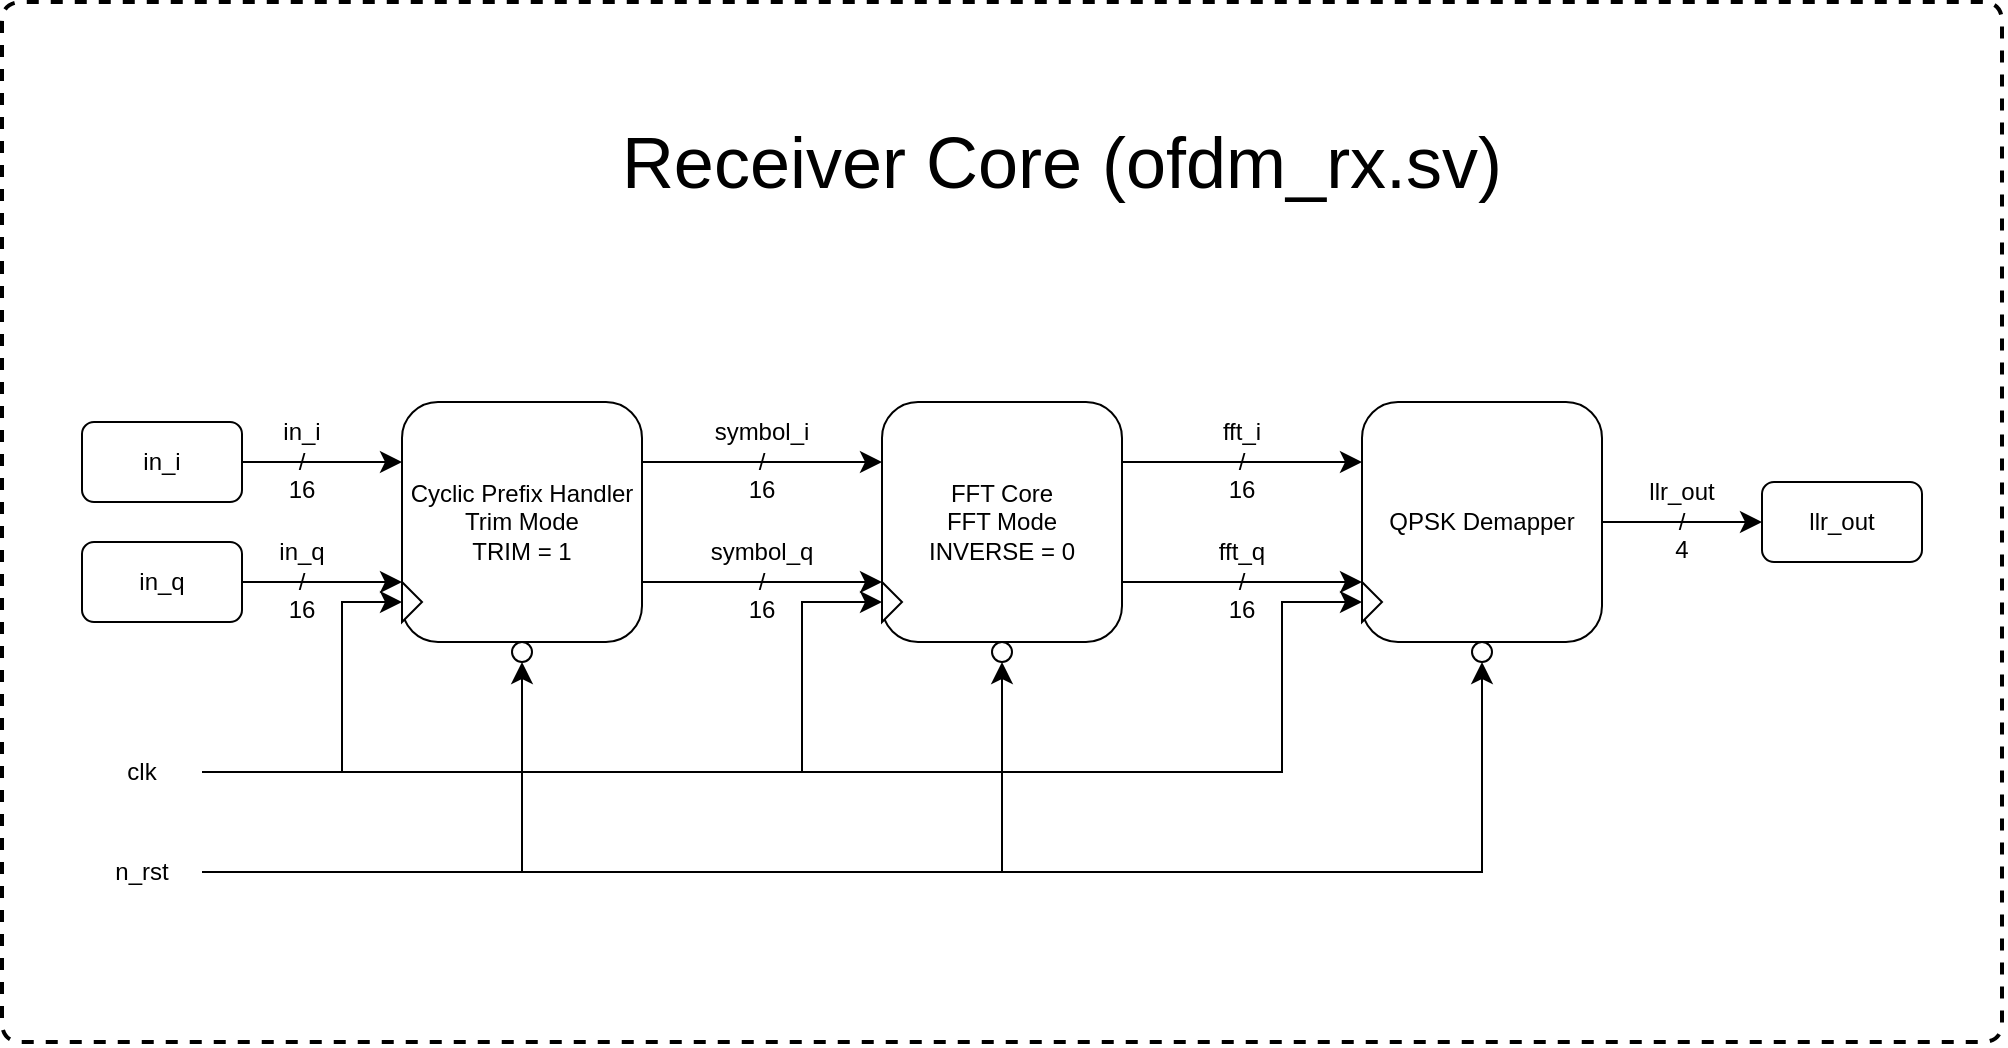
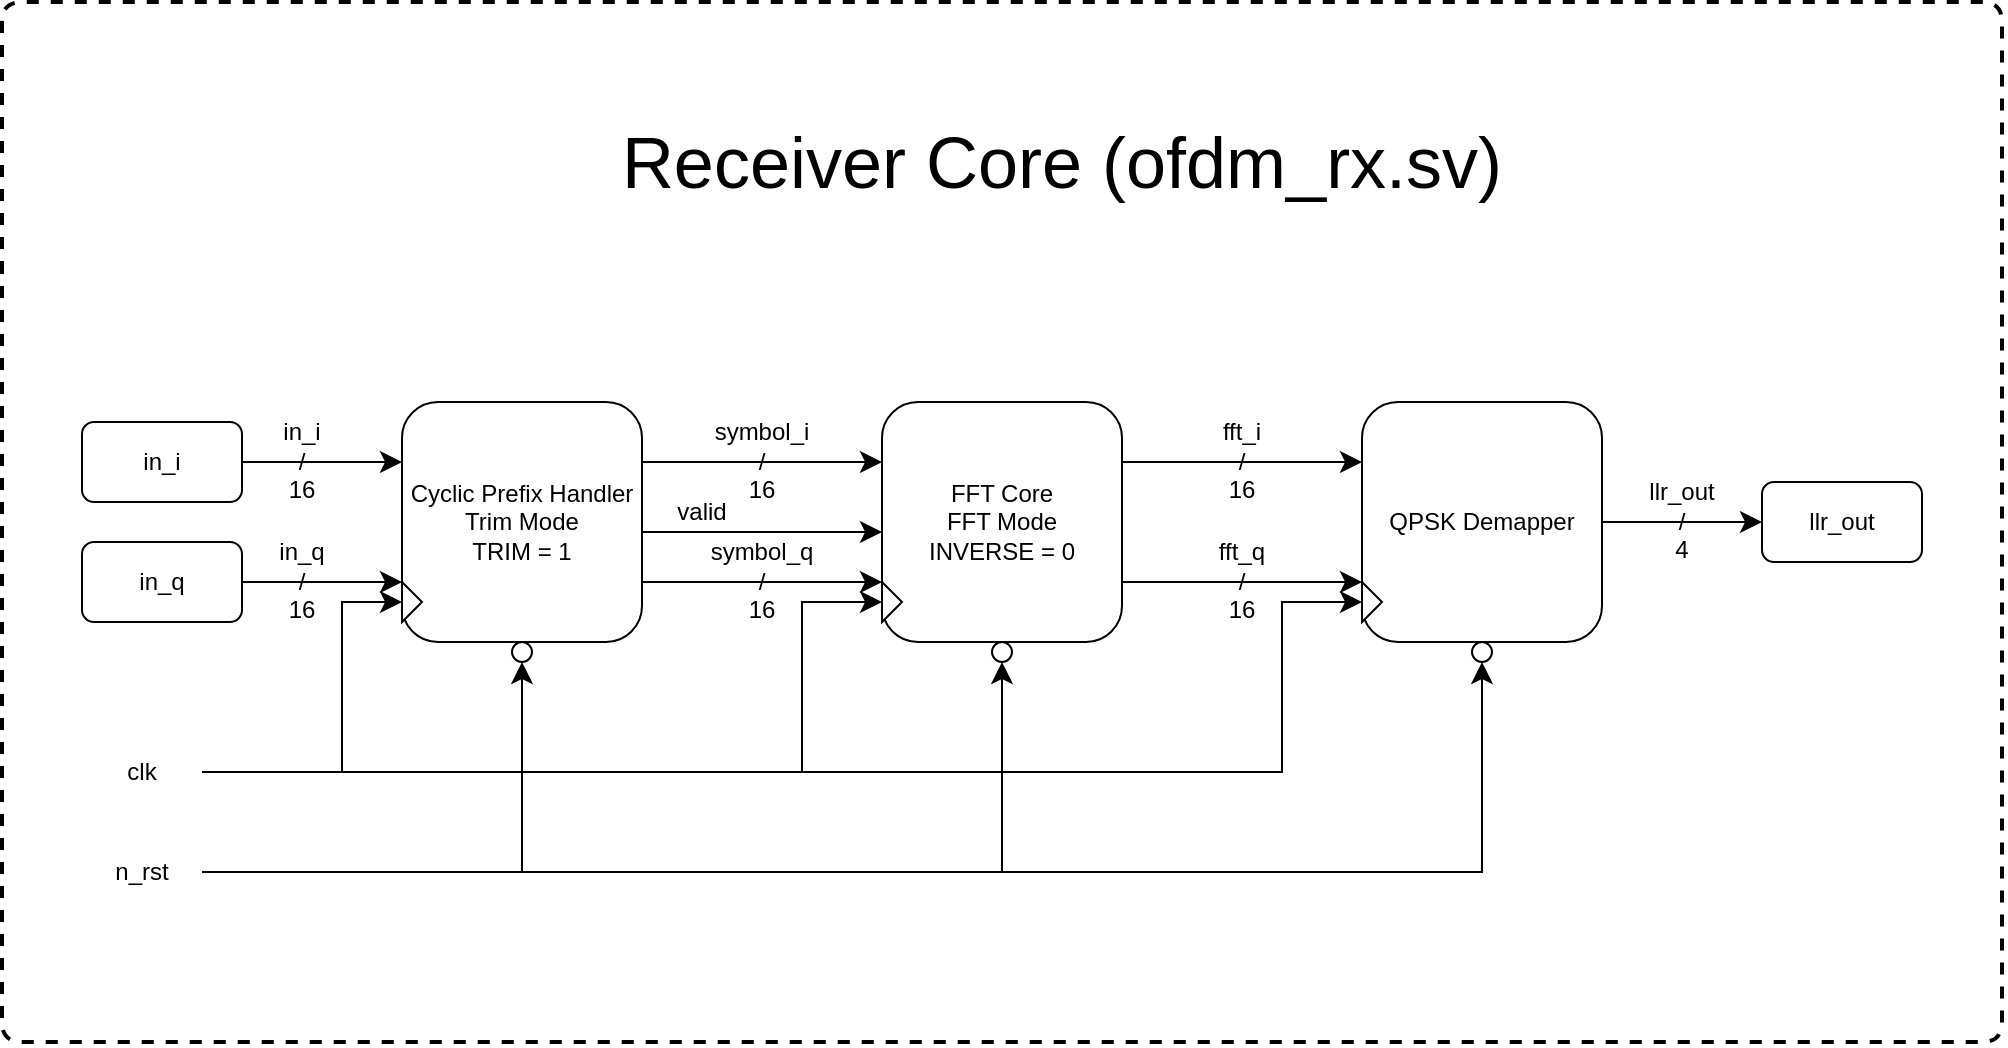
<mxfile host="app.diagrams.net">
  <diagram name="Page-1" id="vsrgYnheou2V2p97a6zX">
-     <mxGraphModel dx="2207" dy="880" grid="1" gridSize="10" guides="1" tooltips="1" connect="1" arrows="1" fold="1" page="1" pageScale="1" pageWidth="850" pageHeight="1100" math="0" shadow="0">
+     <mxGraphModel dx="1998" dy="777" grid="1" gridSize="10" guides="1" tooltips="1" connect="1" arrows="1" fold="1" page="1" pageScale="1" pageWidth="850" pageHeight="1100" math="0" shadow="0">
      <root>
        <mxCell id="0" />
        <mxCell id="1" parent="0" />
        <mxCell id="hyDuXx5uIsc8bR0PNMi4-63" parent="1" style="text;html=1;whiteSpace=wrap;strokeColor=none;fillColor=none;align=center;verticalAlign=middle;rounded=0;fontFamily=Helvetica;fontSize=12;fontColor=default;labelBackgroundColor=default;" value="&lt;div&gt;&lt;br&gt;&lt;/div&gt;&lt;div&gt;&lt;br&gt;&lt;/div&gt;in_q&lt;div&gt;/&lt;/div&gt;&lt;div&gt;16&lt;/div&gt;" vertex="1">
          <mxGeometry height="30" width="60" x="80" y="300" as="geometry" />
        </mxCell>
        <mxCell id="hyDuXx5uIsc8bR0PNMi4-64" parent="1" style="text;html=1;whiteSpace=wrap;strokeColor=none;fillColor=none;align=center;verticalAlign=middle;rounded=0;fontFamily=Helvetica;fontSize=12;fontColor=default;labelBackgroundColor=default;" value="&lt;div&gt;&lt;br&gt;&lt;/div&gt;&lt;div&gt;&lt;br&gt;&lt;/div&gt;in_i&lt;div&gt;/&lt;/div&gt;&lt;div&gt;16&lt;/div&gt;" vertex="1">
          <mxGeometry height="30" width="60" x="80" y="240" as="geometry" />
        </mxCell>
        <mxCell id="hyDuXx5uIsc8bR0PNMi4-62" parent="1" style="text;html=1;whiteSpace=wrap;strokeColor=none;fillColor=none;align=center;verticalAlign=middle;rounded=0;fontFamily=Helvetica;fontSize=12;fontColor=default;labelBackgroundColor=default;" value="&lt;div&gt;&lt;br&gt;&lt;/div&gt;&lt;div&gt;&lt;br&gt;&lt;/div&gt;llr_out&lt;br&gt;&lt;div&gt;/&lt;/div&gt;&lt;div&gt;4&lt;/div&gt;" vertex="1">
          <mxGeometry height="30" width="60" x="770" y="270" as="geometry" />
        </mxCell>
        <mxCell id="hyDuXx5uIsc8bR0PNMi4-19" parent="1" style="text;html=1;whiteSpace=wrap;strokeColor=none;fillColor=none;align=center;verticalAlign=middle;rounded=0;fontFamily=Helvetica;fontSize=12;fontColor=default;labelBackgroundColor=default;" value="&lt;div&gt;&lt;br&gt;&lt;/div&gt;&lt;div&gt;&lt;br&gt;&lt;/div&gt;symbol_q&lt;div&gt;/&lt;/div&gt;&lt;div&gt;16&lt;/div&gt;" vertex="1">
          <mxGeometry height="30" width="60" x="310" y="300" as="geometry" />
        </mxCell>
        <mxCell id="hyDuXx5uIsc8bR0PNMi4-18" parent="1" style="text;html=1;whiteSpace=wrap;strokeColor=none;fillColor=none;align=center;verticalAlign=middle;rounded=0;fontFamily=Helvetica;fontSize=12;fontColor=default;labelBackgroundColor=default;" value="&lt;div&gt;&lt;br&gt;&lt;/div&gt;&lt;div&gt;&lt;br&gt;&lt;/div&gt;symbol_i&lt;div&gt;/&lt;/div&gt;&lt;div&gt;16&lt;/div&gt;" vertex="1">
          <mxGeometry height="30" width="60" x="310" y="240" as="geometry" />
        </mxCell>
        <mxCell id="hyDuXx5uIsc8bR0PNMi4-8" edge="1" parent="1" source="hyDuXx5uIsc8bR0PNMi4-3" style="edgeStyle=orthogonalEdgeStyle;shape=connector;rounded=0;orthogonalLoop=1;jettySize=auto;html=1;exitX=1;exitY=0.75;exitDx=0;exitDy=0;entryX=0;entryY=0.75;entryDx=0;entryDy=0;strokeColor=default;align=center;verticalAlign=middle;fontFamily=Helvetica;fontSize=12;fontColor=default;labelBackgroundColor=default;startSize=8;endArrow=classic;endSize=8;" target="hyDuXx5uIsc8bR0PNMi4-6">
          <mxGeometry relative="1" as="geometry" />
        </mxCell>
        <mxCell id="hyDuXx5uIsc8bR0PNMi4-20" parent="1" style="text;html=1;whiteSpace=wrap;strokeColor=none;fillColor=none;align=center;verticalAlign=middle;rounded=0;fontFamily=Helvetica;fontSize=12;fontColor=default;labelBackgroundColor=default;" value="&lt;div&gt;&lt;br&gt;&lt;/div&gt;&lt;div&gt;&lt;br&gt;&lt;/div&gt;fft_q&lt;div&gt;/&lt;/div&gt;&lt;div&gt;16&lt;/div&gt;" vertex="1">
          <mxGeometry height="30" width="60" x="550" y="300" as="geometry" />
        </mxCell>
        <mxCell id="hyDuXx5uIsc8bR0PNMi4-21" parent="1" style="text;html=1;whiteSpace=wrap;strokeColor=none;fillColor=none;align=center;verticalAlign=middle;rounded=0;fontFamily=Helvetica;fontSize=12;fontColor=default;labelBackgroundColor=default;" value="&lt;div&gt;&lt;br&gt;&lt;/div&gt;&lt;div&gt;&lt;br&gt;&lt;/div&gt;fft_i&lt;div&gt;/&lt;/div&gt;&lt;div&gt;16&lt;/div&gt;" vertex="1">
          <mxGeometry height="30" width="60" x="550" y="240" as="geometry" />
        </mxCell>
        <mxCell id="hyDuXx5uIsc8bR0PNMi4-7" edge="1" parent="1" source="hyDuXx5uIsc8bR0PNMi4-3" style="edgeStyle=orthogonalEdgeStyle;shape=connector;rounded=0;orthogonalLoop=1;jettySize=auto;html=1;exitX=1;exitY=0.25;exitDx=0;exitDy=0;entryX=0;entryY=0.25;entryDx=0;entryDy=0;strokeColor=default;align=center;verticalAlign=middle;fontFamily=Helvetica;fontSize=12;fontColor=default;labelBackgroundColor=default;startSize=8;endArrow=classic;endSize=8;" target="hyDuXx5uIsc8bR0PNMi4-6">
          <mxGeometry relative="1" as="geometry" />
        </mxCell>
        <mxCell id="hyDuXx5uIsc8bR0PNMi4-3" parent="1" style="rounded=1;whiteSpace=wrap;html=1;" value="Cyclic Prefix Handler&lt;div&gt;Trim Mode&lt;/div&gt;&lt;div&gt;TRIM = 1&lt;/div&gt;" vertex="1">
          <mxGeometry height="120" width="120" x="160" y="240" as="geometry" />
        </mxCell>
        <mxCell id="hyDuXx5uIsc8bR0PNMi4-10" edge="1" parent="1" source="hyDuXx5uIsc8bR0PNMi4-6" style="edgeStyle=orthogonalEdgeStyle;shape=connector;rounded=0;orthogonalLoop=1;jettySize=auto;html=1;exitX=1;exitY=0.25;exitDx=0;exitDy=0;entryX=0;entryY=0.25;entryDx=0;entryDy=0;strokeColor=default;align=center;verticalAlign=middle;fontFamily=Helvetica;fontSize=12;fontColor=default;labelBackgroundColor=default;startSize=8;endArrow=classic;endSize=8;" target="hyDuXx5uIsc8bR0PNMi4-9">
          <mxGeometry relative="1" as="geometry" />
        </mxCell>
        <mxCell id="hyDuXx5uIsc8bR0PNMi4-11" edge="1" parent="1" source="hyDuXx5uIsc8bR0PNMi4-6" style="edgeStyle=orthogonalEdgeStyle;shape=connector;rounded=0;orthogonalLoop=1;jettySize=auto;html=1;exitX=1;exitY=0.75;exitDx=0;exitDy=0;entryX=0;entryY=0.75;entryDx=0;entryDy=0;strokeColor=default;align=center;verticalAlign=middle;fontFamily=Helvetica;fontSize=12;fontColor=default;labelBackgroundColor=default;startSize=8;endArrow=classic;endSize=8;" target="hyDuXx5uIsc8bR0PNMi4-9">
          <mxGeometry relative="1" as="geometry" />
+         </mxCell>
+         <mxCell id="WWBBv8itHnHFcoTcIOic-1" edge="1" parent="1" style="edgeStyle=none;curved=1;rounded=0;orthogonalLoop=1;jettySize=auto;html=1;exitX=1;exitY=0.5;exitDx=0;exitDy=0;entryX=0;entryY=0.5;entryDx=0;entryDy=0;fontSize=12;startSize=8;endSize=8;">
+           <mxGeometry relative="1" as="geometry">
+             <mxPoint x="280" y="305" as="sourcePoint" />
+             <mxPoint x="400" y="305" as="targetPoint" />
+           </mxGeometry>
        </mxCell>
        <mxCell id="hyDuXx5uIsc8bR0PNMi4-6" parent="1" style="rounded=1;whiteSpace=wrap;html=1;" value="FFT Core&lt;div&gt;FFT Mode&lt;/div&gt;&lt;div&gt;INVERSE = 0&lt;/div&gt;" vertex="1">
          <mxGeometry height="120" width="120" x="400" y="240" as="geometry" />
        </mxCell>
        <mxCell id="hyDuXx5uIsc8bR0PNMi4-61" edge="1" parent="1" source="hyDuXx5uIsc8bR0PNMi4-9" style="edgeStyle=orthogonalEdgeStyle;shape=connector;rounded=0;orthogonalLoop=1;jettySize=auto;html=1;exitX=1;exitY=0.5;exitDx=0;exitDy=0;entryX=0;entryY=0.5;entryDx=0;entryDy=0;strokeColor=default;align=center;verticalAlign=middle;fontFamily=Helvetica;fontSize=12;fontColor=default;labelBackgroundColor=default;startSize=8;endArrow=classic;endSize=8;" target="hyDuXx5uIsc8bR0PNMi4-60">
          <mxGeometry relative="1" as="geometry" />
        </mxCell>
        <mxCell id="hyDuXx5uIsc8bR0PNMi4-9" parent="1" style="rounded=1;whiteSpace=wrap;html=1;" value="QPSK Demapper" vertex="1">
          <mxGeometry height="120" width="120" x="640" y="240" as="geometry" />
        </mxCell>
        <mxCell id="hyDuXx5uIsc8bR0PNMi4-24" parent="1" style="text;html=1;whiteSpace=wrap;strokeColor=none;fillColor=none;align=center;verticalAlign=middle;rounded=0;fontFamily=Helvetica;fontSize=36;fontColor=default;labelBackgroundColor=default;" value="Receiver Core (ofdm_rx.sv)" vertex="1">
          <mxGeometry height="100" width="500" x="240" y="70" as="geometry" />
        </mxCell>
        <mxCell id="hyDuXx5uIsc8bR0PNMi4-25" edge="1" parent="1" style="endArrow=none;dashed=1;html=1;strokeWidth=2;rounded=1;strokeColor=default;align=center;verticalAlign=middle;fontFamily=Helvetica;fontSize=12;fontColor=default;labelBackgroundColor=default;edgeStyle=orthogonalEdgeStyle;startSize=8;endSize=8;curved=0;" value=" ">
          <mxGeometry height="50" relative="1" width="50" as="geometry">
            <Array as="points">
              <mxPoint x="-40" y="560" />
              <mxPoint x="960" y="560" />
              <mxPoint x="960" y="40" />
              <mxPoint x="-40" y="40" />
            </Array>
            <mxPoint x="-40" y="170" as="sourcePoint" />
            <mxPoint x="-40" y="170" as="targetPoint" />
          </mxGeometry>
        </mxCell>
        <mxCell id="hyDuXx5uIsc8bR0PNMi4-53" edge="1" parent="1" source="hyDuXx5uIsc8bR0PNMi4-40" style="edgeStyle=orthogonalEdgeStyle;shape=connector;rounded=0;orthogonalLoop=1;jettySize=auto;html=1;exitX=1;exitY=0.5;exitDx=0;exitDy=0;entryX=0;entryY=0.5;entryDx=0;entryDy=0;strokeColor=default;align=center;verticalAlign=middle;fontFamily=Helvetica;fontSize=12;fontColor=default;labelBackgroundColor=default;startSize=8;endArrow=classic;endSize=8;" target="hyDuXx5uIsc8bR0PNMi4-44">
          <mxGeometry relative="1" as="geometry">
            <Array as="points">
              <mxPoint x="130" y="425" />
              <mxPoint x="130" y="340" />
            </Array>
          </mxGeometry>
        </mxCell>
        <mxCell id="hyDuXx5uIsc8bR0PNMi4-54" edge="1" parent="1" source="hyDuXx5uIsc8bR0PNMi4-40" style="edgeStyle=orthogonalEdgeStyle;shape=connector;rounded=0;orthogonalLoop=1;jettySize=auto;html=1;exitX=1;exitY=0.5;exitDx=0;exitDy=0;entryX=0;entryY=0.5;entryDx=0;entryDy=0;strokeColor=default;align=center;verticalAlign=middle;fontFamily=Helvetica;fontSize=12;fontColor=default;labelBackgroundColor=default;startSize=8;endArrow=classic;endSize=8;" target="hyDuXx5uIsc8bR0PNMi4-45">
          <mxGeometry relative="1" as="geometry">
            <Array as="points">
              <mxPoint x="360" y="425" />
              <mxPoint x="360" y="340" />
            </Array>
          </mxGeometry>
        </mxCell>
        <mxCell id="hyDuXx5uIsc8bR0PNMi4-55" edge="1" parent="1" source="hyDuXx5uIsc8bR0PNMi4-40" style="edgeStyle=orthogonalEdgeStyle;shape=connector;rounded=0;orthogonalLoop=1;jettySize=auto;html=1;exitX=1;exitY=0.5;exitDx=0;exitDy=0;entryX=0;entryY=0.5;entryDx=0;entryDy=0;strokeColor=default;align=center;verticalAlign=middle;fontFamily=Helvetica;fontSize=12;fontColor=default;labelBackgroundColor=default;startSize=8;endArrow=classic;endSize=8;" target="hyDuXx5uIsc8bR0PNMi4-46">
          <mxGeometry relative="1" as="geometry">
            <Array as="points">
              <mxPoint x="600" y="425" />
              <mxPoint x="600" y="340" />
            </Array>
          </mxGeometry>
        </mxCell>
        <mxCell id="hyDuXx5uIsc8bR0PNMi4-40" parent="1" style="text;html=1;whiteSpace=wrap;strokeColor=none;fillColor=none;align=center;verticalAlign=middle;rounded=0;fontFamily=Helvetica;fontSize=12;fontColor=default;labelBackgroundColor=default;" value="clk" vertex="1">
          <mxGeometry height="30" width="60" y="410" as="geometry" />
        </mxCell>
        <mxCell id="hyDuXx5uIsc8bR0PNMi4-50" edge="1" parent="1" source="hyDuXx5uIsc8bR0PNMi4-41" style="edgeStyle=orthogonalEdgeStyle;shape=connector;rounded=0;orthogonalLoop=1;jettySize=auto;html=1;exitX=1;exitY=0.5;exitDx=0;exitDy=0;entryX=0.5;entryY=1;entryDx=0;entryDy=0;strokeColor=default;align=center;verticalAlign=middle;fontFamily=Helvetica;fontSize=12;fontColor=default;labelBackgroundColor=default;startSize=8;endArrow=classic;endSize=8;" target="hyDuXx5uIsc8bR0PNMi4-47">
          <mxGeometry relative="1" as="geometry" />
        </mxCell>
        <mxCell id="hyDuXx5uIsc8bR0PNMi4-51" edge="1" parent="1" source="hyDuXx5uIsc8bR0PNMi4-41" style="edgeStyle=orthogonalEdgeStyle;shape=connector;rounded=0;orthogonalLoop=1;jettySize=auto;html=1;exitX=1;exitY=0.5;exitDx=0;exitDy=0;entryX=0.5;entryY=1;entryDx=0;entryDy=0;strokeColor=default;align=center;verticalAlign=middle;fontFamily=Helvetica;fontSize=12;fontColor=default;labelBackgroundColor=default;startSize=8;endArrow=classic;endSize=8;" target="hyDuXx5uIsc8bR0PNMi4-48">
          <mxGeometry relative="1" as="geometry" />
        </mxCell>
        <mxCell id="hyDuXx5uIsc8bR0PNMi4-52" edge="1" parent="1" source="hyDuXx5uIsc8bR0PNMi4-41" style="edgeStyle=orthogonalEdgeStyle;shape=connector;rounded=0;orthogonalLoop=1;jettySize=auto;html=1;exitX=1;exitY=0.5;exitDx=0;exitDy=0;entryX=0.5;entryY=1;entryDx=0;entryDy=0;strokeColor=default;align=center;verticalAlign=middle;fontFamily=Helvetica;fontSize=12;fontColor=default;labelBackgroundColor=default;startSize=8;endArrow=classic;endSize=8;" target="hyDuXx5uIsc8bR0PNMi4-49">
          <mxGeometry relative="1" as="geometry" />
        </mxCell>
        <mxCell id="hyDuXx5uIsc8bR0PNMi4-41" parent="1" style="text;html=1;whiteSpace=wrap;strokeColor=none;fillColor=none;align=center;verticalAlign=middle;rounded=0;fontFamily=Helvetica;fontSize=12;fontColor=default;labelBackgroundColor=default;" value="n_rst" vertex="1">
          <mxGeometry height="30" width="60" y="460" as="geometry" />
        </mxCell>
        <mxCell id="hyDuXx5uIsc8bR0PNMi4-44" parent="1" style="triangle;whiteSpace=wrap;html=1;fontFamily=Helvetica;fontSize=12;fontColor=default;labelBackgroundColor=default;" value="" vertex="1">
          <mxGeometry height="20" width="10" x="160" y="330" as="geometry" />
        </mxCell>
        <mxCell id="hyDuXx5uIsc8bR0PNMi4-45" parent="1" style="triangle;whiteSpace=wrap;html=1;fontFamily=Helvetica;fontSize=12;fontColor=default;labelBackgroundColor=default;" value="" vertex="1">
          <mxGeometry height="20" width="10" x="400" y="330" as="geometry" />
        </mxCell>
        <mxCell id="hyDuXx5uIsc8bR0PNMi4-46" parent="1" style="triangle;whiteSpace=wrap;html=1;fontFamily=Helvetica;fontSize=12;fontColor=default;labelBackgroundColor=default;" value="" vertex="1">
          <mxGeometry height="20" width="10" x="640" y="330" as="geometry" />
        </mxCell>
        <mxCell id="hyDuXx5uIsc8bR0PNMi4-47" parent="1" style="ellipse;whiteSpace=wrap;html=1;aspect=fixed;fontFamily=Helvetica;fontSize=12;fontColor=default;labelBackgroundColor=default;" value="" vertex="1">
          <mxGeometry height="10" width="10" x="215" y="360" as="geometry" />
        </mxCell>
        <mxCell id="hyDuXx5uIsc8bR0PNMi4-48" parent="1" style="ellipse;whiteSpace=wrap;html=1;aspect=fixed;fontFamily=Helvetica;fontSize=12;fontColor=default;labelBackgroundColor=default;" value="" vertex="1">
          <mxGeometry height="10" width="10" x="455" y="360" as="geometry" />
        </mxCell>
        <mxCell id="hyDuXx5uIsc8bR0PNMi4-49" parent="1" style="ellipse;whiteSpace=wrap;html=1;aspect=fixed;fontFamily=Helvetica;fontSize=12;fontColor=default;labelBackgroundColor=default;" value="" vertex="1">
          <mxGeometry height="10" width="10" x="695" y="360" as="geometry" />
        </mxCell>
        <mxCell id="hyDuXx5uIsc8bR0PNMi4-58" edge="1" parent="1" source="hyDuXx5uIsc8bR0PNMi4-56" style="edgeStyle=orthogonalEdgeStyle;shape=connector;rounded=0;orthogonalLoop=1;jettySize=auto;html=1;exitX=1;exitY=0.5;exitDx=0;exitDy=0;entryX=0;entryY=0.25;entryDx=0;entryDy=0;strokeColor=default;align=center;verticalAlign=middle;fontFamily=Helvetica;fontSize=12;fontColor=default;labelBackgroundColor=default;startSize=8;endArrow=classic;endSize=8;" target="hyDuXx5uIsc8bR0PNMi4-3">
          <mxGeometry relative="1" as="geometry" />
        </mxCell>
        <mxCell id="hyDuXx5uIsc8bR0PNMi4-56" parent="1" style="rounded=1;whiteSpace=wrap;html=1;fontFamily=Helvetica;fontSize=12;fontColor=default;labelBackgroundColor=default;" value="in_i" vertex="1">
          <mxGeometry height="40" width="80" y="250" as="geometry" />
        </mxCell>
        <mxCell id="hyDuXx5uIsc8bR0PNMi4-59" edge="1" parent="1" source="hyDuXx5uIsc8bR0PNMi4-57" style="edgeStyle=orthogonalEdgeStyle;shape=connector;rounded=0;orthogonalLoop=1;jettySize=auto;html=1;exitX=1;exitY=0.5;exitDx=0;exitDy=0;entryX=0;entryY=0.75;entryDx=0;entryDy=0;strokeColor=default;align=center;verticalAlign=middle;fontFamily=Helvetica;fontSize=12;fontColor=default;labelBackgroundColor=default;startSize=8;endArrow=classic;endSize=8;" target="hyDuXx5uIsc8bR0PNMi4-3">
          <mxGeometry relative="1" as="geometry" />
        </mxCell>
        <mxCell id="hyDuXx5uIsc8bR0PNMi4-57" parent="1" style="rounded=1;whiteSpace=wrap;html=1;fontFamily=Helvetica;fontSize=12;fontColor=default;labelBackgroundColor=default;" value="in_q" vertex="1">
          <mxGeometry height="40" width="80" y="310" as="geometry" />
        </mxCell>
        <mxCell id="hyDuXx5uIsc8bR0PNMi4-60" parent="1" style="rounded=1;whiteSpace=wrap;html=1;fontFamily=Helvetica;fontSize=12;fontColor=default;labelBackgroundColor=default;" value="llr_out" vertex="1">
          <mxGeometry height="40" width="80" x="840" y="280" as="geometry" />
        </mxCell>
+         <mxCell id="WWBBv8itHnHFcoTcIOic-3" parent="1" style="text;html=1;whiteSpace=wrap;strokeColor=none;fillColor=none;align=center;verticalAlign=middle;rounded=0;" value="valid" vertex="1">
+           <mxGeometry height="30" width="60" x="280" y="280" as="geometry" />
+         </mxCell>
      </root>
    </mxGraphModel>
  </diagram>
</mxfile>
